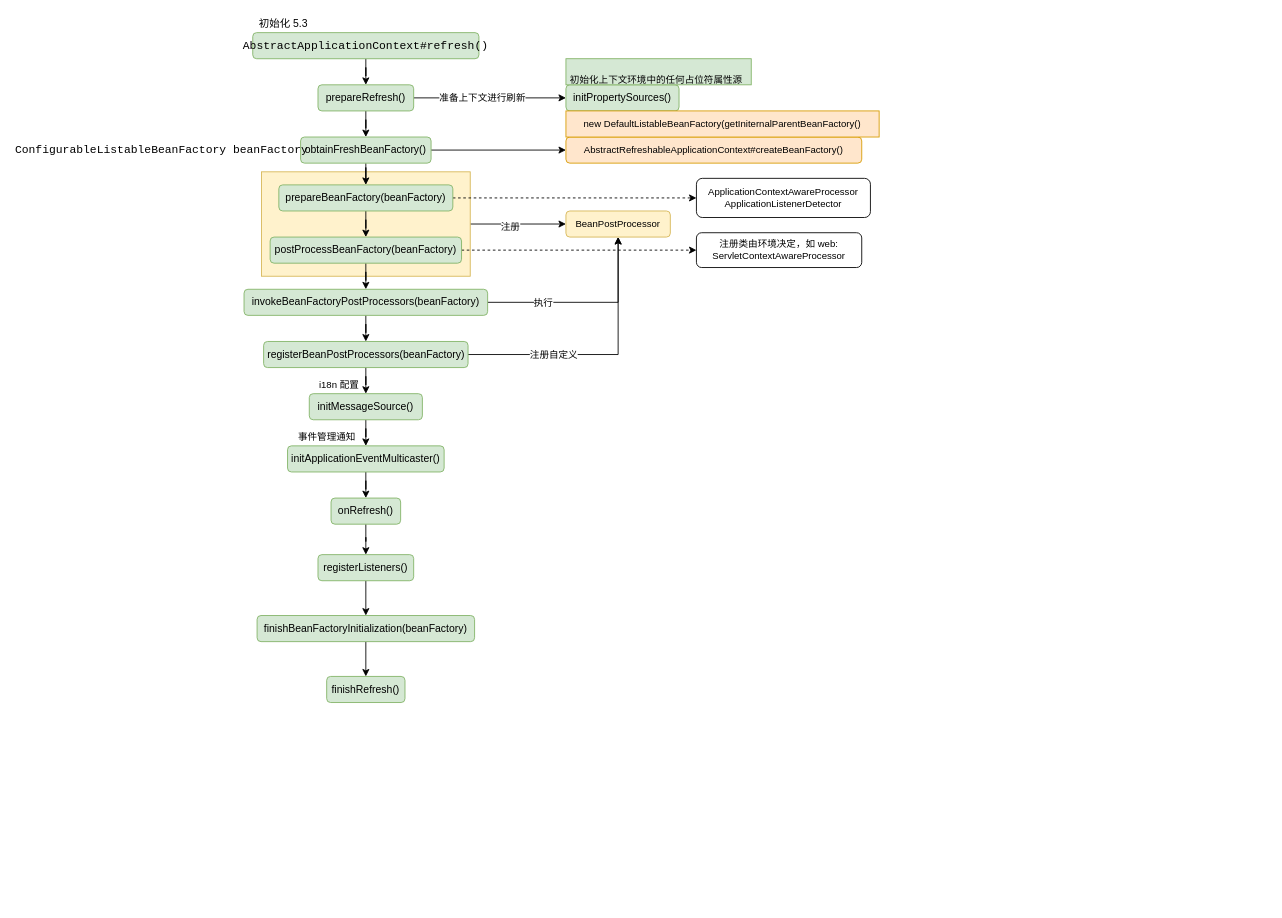
Before: Project/spring-framework/Spring Bean 容器.drawio in Xianzhan/amind, a draw.io diagram. Source tidied: cells renumbered, new cells numbered last; positions are measured from the earlier drawing's top-left corner, leaving out a move shared by most shapes. Both pictures are drawn from the tidied source at 87%, with x=0, y=0 at pixel (22, 15).
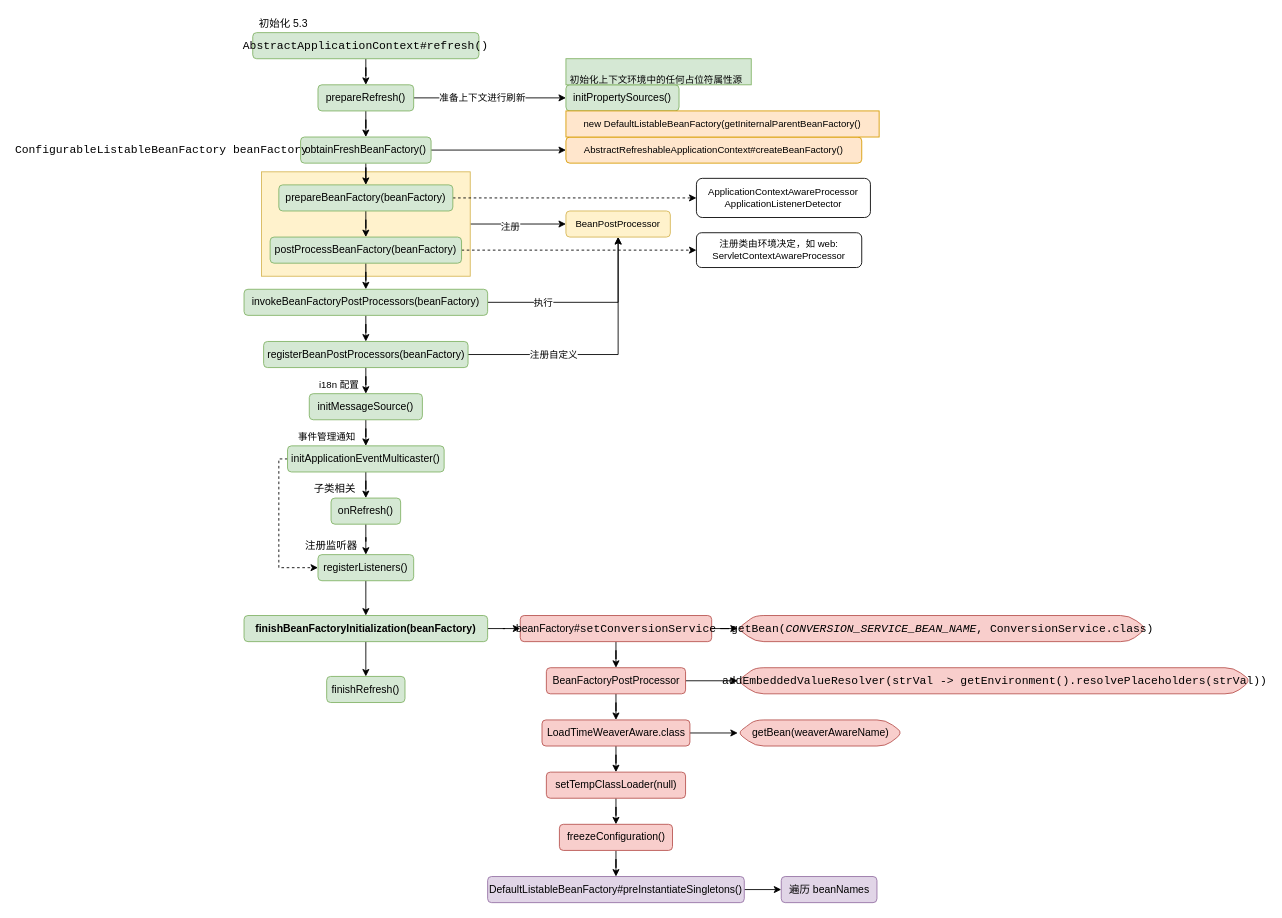
The same page after the edit.

Unchanged cells that the change refers to:
```xml
<mxCell id="33" value="initApplicationEventMulticaster()" style="rounded=1;whiteSpace=wrap;html=1;labelBackgroundColor=none;fillColor=#d5e8d4;strokeColor=#82b366;" parent="1" vertex="1">
  <mxGeometry x="305" y="495" width="180" height="30" as="geometry" />
</mxCell>
<mxCell id="37" value="registerListeners()" style="rounded=1;whiteSpace=wrap;html=1;labelBackgroundColor=none;fillColor=#d5e8d4;strokeColor=#82b366;" parent="1" vertex="1">
  <mxGeometry x="340" y="620" width="110" height="30" as="geometry" />
</mxCell>
```

What changed in the source:
```diff
@@
+    <mxCell id="50" style="edgeStyle=orthogonalEdgeStyle;rounded=0;jettySize=auto;html=1;entryX=0;entryY=0.5;entryDx=0;entryDy=0;dashed=1;" parent="1" edge="1" source="33" target="37">
+      <mxGeometry relative="1" as="geometry">
+        <Array as="points">
+          <mxPoint x="295" y="510" />
+          <mxPoint x="295" y="635" />
+        </Array>
+      </mxGeometry>
+    </mxCell>
@@
+    <mxCell id="51" style="edgeStyle=orthogonalEdgeStyle;rounded=0;jettySize=auto;html=1;" parent="1" edge="1" source="39" target="56">
+      <mxGeometry relative="1" as="geometry" />
+    </mxCell>
-    <mxCell id="39" value="finishBeanFactoryInitialization(beanFactory)" style="rounded=1;whiteSpace=wrap;html=1;labelBackgroundColor=none;fillColor=#d5e8d4;strokeColor=#82b366;" parent="1" vertex="1">
-      <mxGeometry x="270" y="690" width="250" height="30" as="geometry" />
+    <mxCell id="39" value="&lt;b&gt;finishBeanFactoryInitialization(beanFactory)&lt;/b&gt;" style="rounded=1;whiteSpace=wrap;html=1;labelBackgroundColor=none;fillColor=#d5e8d4;strokeColor=#82b366;" parent="1" vertex="1">
+      <mxGeometry x="255" y="690" width="280" height="30" as="geometry" />
     </mxCell>
@@
+    <mxCell id="52" value="子类相关" style="text;html=1;align=center;verticalAlign=middle;strokeColor=none;fillColor=none;" parent="1" vertex="1">
+      <mxGeometry x="329" y="535" width="60" height="20" as="geometry" />
+    </mxCell>
+    <mxCell id="53" value="注册监听器" style="text;html=1;align=center;verticalAlign=middle;strokeColor=none;fillColor=none;" parent="1" vertex="1">
+      <mxGeometry x="315" y="600" width="80" height="20" as="geometry" />
+    </mxCell>
+    <mxCell id="54" style="edgeStyle=orthogonalEdgeStyle;rounded=0;jettySize=auto;html=1;" parent="1" edge="1" source="56" target="59">
+      <mxGeometry relative="1" as="geometry" />
+    </mxCell>
+    <mxCell id="55" style="edgeStyle=orthogonalEdgeStyle;rounded=0;jettySize=auto;html=1;fontColor=#000000;" parent="1" edge="1" source="56" target="65">
+      <mxGeometry relative="1" as="geometry" />
+    </mxCell>
+    <mxCell id="56" value="beanFactory#&lt;span style=&quot;font-family: &amp;#34;jetbrains mono&amp;#34; , monospace ; font-size: 9.8pt&quot;&gt;setConversionService&lt;/span&gt;" style="whiteSpace=wrap;html=1;fillColor=#f8cecc;strokeColor=#b85450;rounded=1;labelBackgroundColor=none;" parent="1" vertex="1">
+      <mxGeometry x="572.5" y="690" width="220" height="30" as="geometry" />
+    </mxCell>
+    <mxCell id="57" style="edgeStyle=orthogonalEdgeStyle;rounded=0;jettySize=auto;html=1;" parent="1" edge="1" source="59" target="62">
+      <mxGeometry relative="1" as="geometry" />
+    </mxCell>
+    <mxCell id="58" style="edgeStyle=orthogonalEdgeStyle;rounded=0;jettySize=auto;html=1;fontColor=#000000;" parent="1" edge="1" source="59" target="66">
+      <mxGeometry relative="1" as="geometry" />
+    </mxCell>
+    <mxCell id="59" value="BeanFactoryPostProcessor" style="whiteSpace=wrap;html=1;fillColor=#f8cecc;strokeColor=#b85450;rounded=1;labelBackgroundColor=none;" parent="1" vertex="1">
+      <mxGeometry x="602.5" y="750" width="160" height="30" as="geometry" />
+    </mxCell>
+    <mxCell id="60" style="edgeStyle=orthogonalEdgeStyle;rounded=0;jettySize=auto;html=1;" parent="1" edge="1" source="62" target="64">
+      <mxGeometry relative="1" as="geometry" />
+    </mxCell>
+    <mxCell id="61" style="edgeStyle=orthogonalEdgeStyle;rounded=0;jettySize=auto;html=1;fontColor=#000000;" parent="1" edge="1" source="62" target="67">
+      <mxGeometry relative="1" as="geometry" />
+    </mxCell>
+    <mxCell id="62" value="LoadTimeWeaverAware.class" style="rounded=1;whiteSpace=wrap;html=1;fillColor=#f8cecc;strokeColor=#b85450;" parent="1" vertex="1">
+      <mxGeometry x="597.5" y="810" width="170" height="30" as="geometry" />
+    </mxCell>
+    <mxCell id="63" style="edgeStyle=orthogonalEdgeStyle;rounded=0;jettySize=auto;html=1;fontColor=#000000;" parent="1" edge="1" source="64" target="69">
+      <mxGeometry relative="1" as="geometry" />
+    </mxCell>
+    <mxCell id="64" value="setTempClassLoader(null)" style="rounded=1;whiteSpace=wrap;html=1;fillColor=#f8cecc;strokeColor=#b85450;" parent="1" vertex="1">
+      <mxGeometry x="602.5" y="870" width="160" height="30" as="geometry" />
+    </mxCell>
+    <mxCell id="65" value="&lt;pre style=&quot;font-family: &amp;#34;jetbrains mono&amp;#34; , monospace ; font-size: 9.8pt&quot;&gt;getBean(&lt;span style=&quot;font-style: italic&quot;&gt;CONVERSION_SERVICE_BEAN_NAME&lt;/span&gt;, ConversionService.class)&lt;/pre&gt;" style="shape=hexagon;perimeter=hexagonPerimeter2;whiteSpace=wrap;html=1;fixedSize=1;fillColor=#f8cecc;strokeColor=#b85450;rounded=1;labelBackgroundColor=none;" parent="1" vertex="1">
+      <mxGeometry x="822.5" y="690" width="470" height="30" as="geometry" />
+    </mxCell>
+    <mxCell id="66" value="&lt;pre style=&quot;font-family: &amp;#34;jetbrains mono&amp;#34; , monospace ; font-size: 9.8pt&quot;&gt;addEmbeddedValueResolver(strVal -&amp;gt; getEnvironment().resolvePlaceholders(strVal))&lt;/pre&gt;" style="shape=hexagon;perimeter=hexagonPerimeter2;whiteSpace=wrap;html=1;fixedSize=1;fillColor=#f8cecc;strokeColor=#b85450;rounded=1;labelBackgroundColor=none;" parent="1" vertex="1">
+      <mxGeometry x="822.5" y="750" width="590" height="30" as="geometry" />
+    </mxCell>
+    <mxCell id="67" value="getBean(weaverAwareName)" style="shape=hexagon;perimeter=hexagonPerimeter2;whiteSpace=wrap;html=1;fixedSize=1;fillColor=#f8cecc;strokeColor=#b85450;rounded=1;" parent="1" vertex="1">
+      <mxGeometry x="822.5" y="810" width="190" height="30" as="geometry" />
+    </mxCell>
+    <mxCell id="68" style="edgeStyle=orthogonalEdgeStyle;rounded=0;jettySize=auto;html=1;fontColor=#000000;" parent="1" edge="1" source="69" target="71">
+      <mxGeometry relative="1" as="geometry" />
+    </mxCell>
+    <mxCell id="69" value="freezeConfiguration()" style="rounded=1;whiteSpace=wrap;html=1;labelBackgroundColor=none;fillColor=#f8cecc;strokeColor=#b85450;" parent="1" vertex="1">
+      <mxGeometry x="617.5" y="930" width="130" height="30" as="geometry" />
+    </mxCell>
+    <mxCell id="70" style="edgeStyle=orthogonalEdgeStyle;rounded=0;jettySize=auto;html=1;fontColor=#000000;" parent="1" edge="1" source="71" target="72">
+      <mxGeometry relative="1" as="geometry" />
+    </mxCell>
+    <mxCell id="71" value="DefaultListableBeanFactory#preInstantiateSingletons()" style="rounded=1;whiteSpace=wrap;html=1;labelBackgroundColor=none;fillColor=#e1d5e7;strokeColor=#9673a6;" parent="1" vertex="1">
+      <mxGeometry x="535" y="990" width="295" height="30" as="geometry" />
+    </mxCell>
+    <mxCell id="72" value="遍历 beanNames" style="rounded=1;whiteSpace=wrap;html=1;labelBackgroundColor=none;fillColor=#e1d5e7;strokeColor=#9673a6;" parent="1" vertex="1">
+      <mxGeometry x="872.5" y="990" width="110" height="30" as="geometry" />
+    </mxCell>
```
